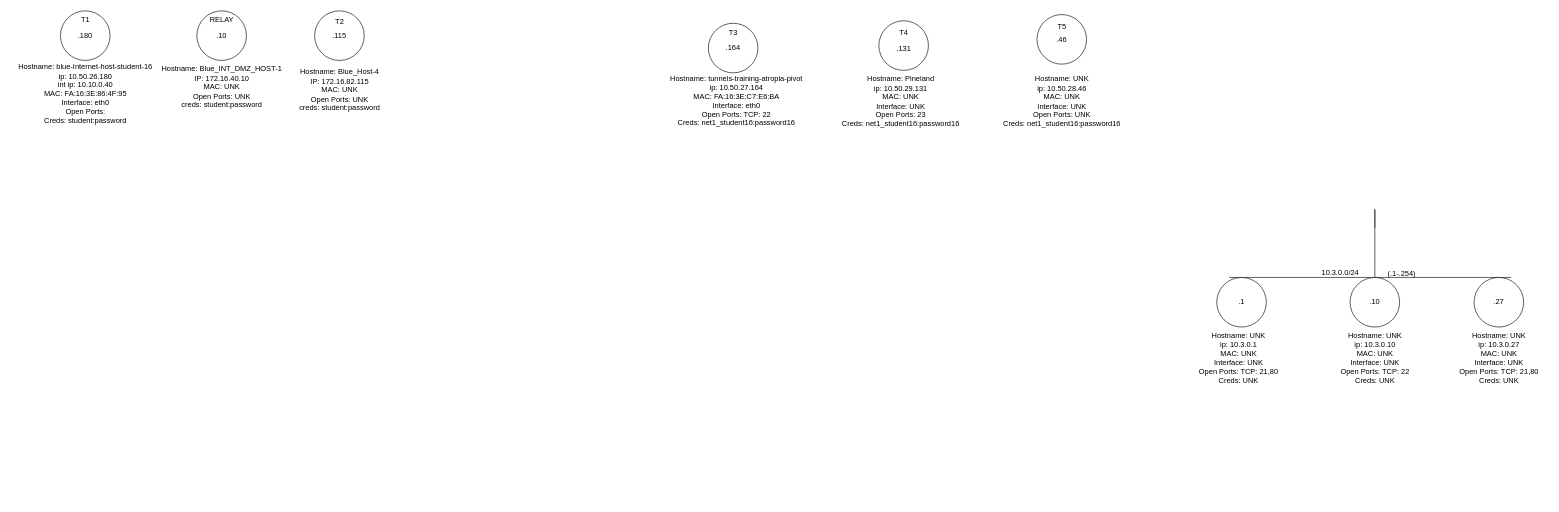
Before: CTFdChallenge.drawio in Flyingtomat0/Net-Maps, a draw.io diagram. Source tidied: cells renumbered, new cells numbered last; positions are measured from the earlier drawing's top-left corner, leaving out a move shared by most shapes. Both pictures are drawn from the tidied source at 62%, with x=0, y=0 at pixel (11, 11).
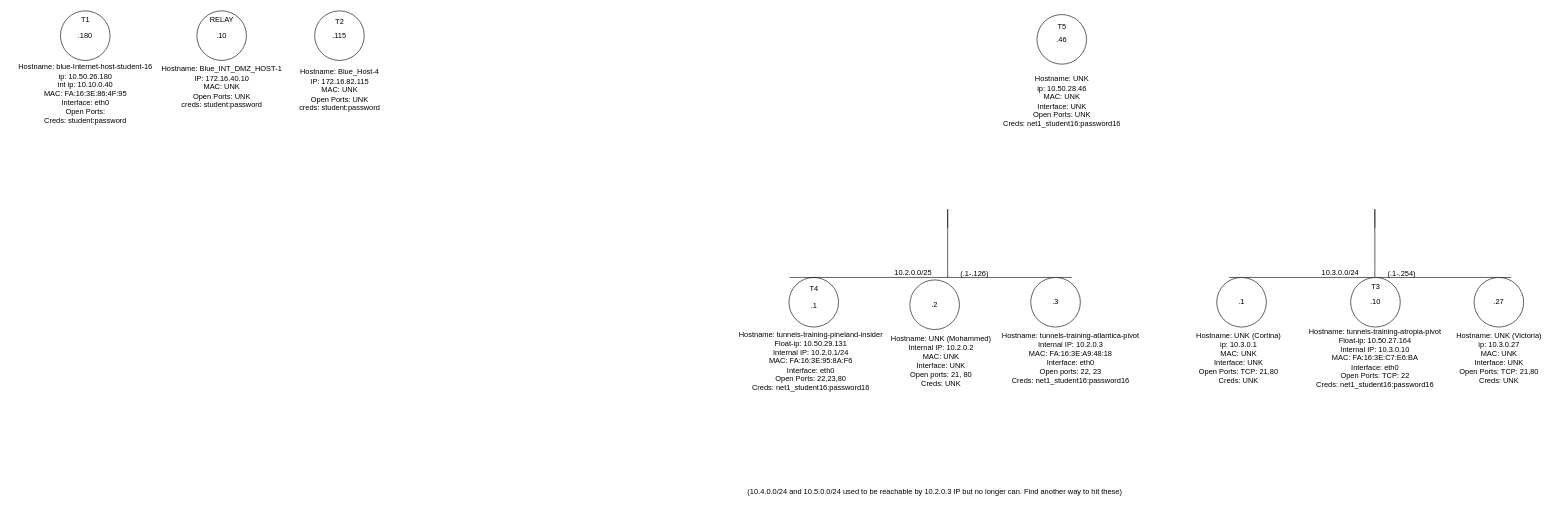
The same diagram, later.

Diff of the diagram source:
```diff
@@
-    <mxCell id="2" value=".164" style="ellipse;whiteSpace=wrap;html=1;" parent="1" vertex="1">
-      <mxGeometry x="1125" y="20" width="80" height="80" as="geometry" />
-    </mxCell>
     <mxCell id="3" style="ellipse;whiteSpace=wrap;html=1;" parent="1" vertex="1">
-      <mxGeometry x="1400" y="16" width="80" height="80" as="geometry" />
+      <mxGeometry x="1255" y="430" width="80" height="80" as="geometry" />
     </mxCell>
@@
-    <mxCell id="6" value="&lt;div&gt;Hostname: tunnels-training-atropia-pivot&lt;/div&gt;&lt;div&gt;ip: 10.50.27.164&lt;/div&gt;&lt;div&gt;MAC: FA:16:3E:C7:E6:BA&lt;br&gt;&lt;/div&gt;&lt;div&gt;Interface: eth0&lt;br&gt;&lt;/div&gt;&lt;div&gt;Open Ports: TCP: 22&lt;br&gt;&lt;/div&gt;&lt;div&gt;Creds: net1_student16:password16&lt;br&gt;&lt;/div&gt;" style="text;html=1;align=center;verticalAlign=middle;strokeColor=none;fillColor=none;" parent="1" vertex="1">
-      <mxGeometry x="1050" y="95" width="240" height="100" as="geometry" />
-    </mxCell>
-    <mxCell id="7" value="&lt;div&gt;Hostname: Pineland&lt;/div&gt;&lt;div&gt;ip: 10.50.29.131&lt;/div&gt;&lt;div&gt;MAC: UNK&lt;br&gt;&lt;/div&gt;&lt;div&gt;Interface: UNK&lt;br&gt;&lt;/div&gt;&lt;div&gt;Open Ports: 23&lt;br&gt;&lt;/div&gt;&lt;div&gt;Creds: net1_student16:password16&lt;/div&gt;" style="text;html=1;align=center;verticalAlign=middle;strokeColor=none;fillColor=none;" parent="1" vertex="1">
-      <mxGeometry x="1330" y="96" width="210" height="100" as="geometry" />
+    <mxCell id="7" value="&lt;div&gt;Hostname: tunnels-training-pineland-insider&lt;/div&gt;&lt;div&gt;Float-ip: 10.50.29.131&lt;/div&gt;&lt;div&gt;Internal IP: 10.2.0.1/24&lt;br&gt;&lt;/div&gt;&lt;div&gt;MAC: FA:16:3E:95:8A:F6&lt;br&gt;&lt;/div&gt;&lt;div&gt;Interface: eth0&lt;br&gt;&lt;/div&gt;&lt;div&gt;Open Ports: 22,23,80&lt;br&gt;&lt;/div&gt;&lt;div&gt;Creds: net1_student16:password16&lt;/div&gt;" style="text;html=1;align=center;verticalAlign=middle;strokeColor=none;fillColor=none;" parent="1" vertex="1">
+      <mxGeometry x="1165" y="510" width="250" height="110" as="geometry" />
     </mxCell>
@@
-    <mxCell id="10" value="T3" style="text;html=1;align=center;verticalAlign=middle;strokeColor=none;fillColor=none;" parent="1" vertex="1">
-      <mxGeometry x="1145" y="20" width="40" height="30" as="geometry" />
-    </mxCell>
-    <mxCell id="11" value=".131" style="text;html=1;align=center;verticalAlign=middle;strokeColor=none;fillColor=none;" parent="1" vertex="1">
-      <mxGeometry x="1415" y="46" width="50" height="30" as="geometry" />
+    <mxCell id="11" value=".1" style="text;html=1;align=center;verticalAlign=middle;strokeColor=none;fillColor=none;" parent="1" vertex="1">
+      <mxGeometry x="1280" y="460" width="30" height="30" as="geometry" />
     </mxCell>
-    <mxCell id="12" value="T4" style="text;html=1;align=center;verticalAlign=middle;strokeColor=none;fillColor=none;" parent="1" vertex="1">
-      <mxGeometry x="1420" y="20" width="40" height="30" as="geometry" />
-    </mxCell>
@@
     <mxCell id="24" value=".10" style="ellipse;whiteSpace=wrap;html=1;" parent="1" vertex="1">
-      <mxGeometry x="2160" y="430" width="80" height="80" as="geometry" />
+      <mxGeometry x="2161" y="430" width="80" height="80" as="geometry" />
     </mxCell>
@@
-    <mxCell id="28" value="&lt;div&gt;Hostname: UNK&lt;br&gt;&lt;/div&gt;&lt;div&gt;ip: 10.3.0.1&lt;br&gt;&lt;/div&gt;&lt;div&gt;MAC: UNK&lt;br&gt;&lt;/div&gt;&lt;div&gt;Interface: UNK&lt;br&gt;&lt;/div&gt;&lt;div&gt;Open Ports: TCP: 21,80&lt;br&gt;&lt;/div&gt;&lt;div&gt;Creds: UNK&lt;br&gt;&lt;/div&gt;" style="text;html=1;align=center;verticalAlign=middle;strokeColor=none;fillColor=none;" parent="1" vertex="1">
-      <mxGeometry x="1905" y="510" width="150" height="100" as="geometry" />
+    <mxCell id="28" value="&lt;div&gt;Hostname: UNK (Cortina)&lt;br&gt;&lt;/div&gt;&lt;div&gt;ip: 10.3.0.1&lt;br&gt;&lt;/div&gt;&lt;div&gt;MAC: UNK&lt;br&gt;&lt;/div&gt;&lt;div&gt;Interface: UNK&lt;br&gt;&lt;/div&gt;&lt;div&gt;Open Ports: TCP: 21,80&lt;br&gt;&lt;/div&gt;&lt;div&gt;Creds: UNK&lt;br&gt;&lt;/div&gt;" style="text;html=1;align=center;verticalAlign=middle;strokeColor=none;fillColor=none;" parent="1" vertex="1">
+      <mxGeometry x="1900" y="510" width="160" height="100" as="geometry" />
     </mxCell>
-    <mxCell id="29" value="&lt;div&gt;Hostname: UNK&lt;br&gt;&lt;/div&gt;&lt;div&gt;ip: 10.3.0.10&lt;br&gt;&lt;/div&gt;&lt;div&gt;MAC: UNK&lt;br&gt;&lt;/div&gt;&lt;div&gt;Interface: UNK&lt;br&gt;&lt;/div&gt;&lt;div&gt;Open Ports: TCP: 22&lt;br&gt;&lt;/div&gt;&lt;div&gt;Creds: UNK&lt;br&gt;&lt;/div&gt;" style="text;html=1;align=center;verticalAlign=middle;strokeColor=none;fillColor=none;" parent="1" vertex="1">
-      <mxGeometry x="2135" y="510" width="130" height="100" as="geometry" />
+    <mxCell id="29" value="&lt;div&gt;Hostname: tunnels-training-atropia-pivot&lt;/div&gt;&lt;div&gt;Float-ip: 10.50.27.164&lt;/div&gt;&lt;div&gt;Internal IP: 10.3.0.10&lt;br&gt;&lt;/div&gt;&lt;div&gt;MAC: FA:16:3E:C7:E6:BA&lt;br&gt;&lt;/div&gt;&lt;div&gt;Interface: eth0&lt;br&gt;&lt;/div&gt;&lt;div&gt;Open Ports: TCP: 22&lt;br&gt;&lt;/div&gt;&lt;div&gt;Creds: net1_student16:password16&lt;br&gt;&lt;/div&gt;" style="text;html=1;align=center;verticalAlign=middle;strokeColor=none;fillColor=none;" parent="1" vertex="1">
+      <mxGeometry x="2080" y="505" width="240" height="110" as="geometry" />
     </mxCell>
-    <mxCell id="30" value="&lt;div&gt;Hostname: UNK&lt;br&gt;&lt;/div&gt;&lt;div&gt;ip: 10.3.0.27&lt;br&gt;&lt;/div&gt;&lt;div&gt;MAC: UNK&lt;br&gt;&lt;/div&gt;&lt;div&gt;Interface: UNK&lt;br&gt;&lt;/div&gt;&lt;div&gt;Open Ports: TCP: 21,80&lt;br&gt;&lt;/div&gt;&lt;div&gt;Creds: UNK&lt;br&gt;&lt;/div&gt;" style="text;html=1;align=center;verticalAlign=middle;strokeColor=none;fillColor=none;" parent="1" vertex="1">
-      <mxGeometry x="2325" y="510" width="150" height="100" as="geometry" />
+    <mxCell id="30" value="&lt;div&gt;Hostname: UNK (Victoria)&lt;br&gt;&lt;/div&gt;&lt;div&gt;ip: 10.3.0.27&lt;br&gt;&lt;/div&gt;&lt;div&gt;MAC: UNK&lt;br&gt;&lt;/div&gt;&lt;div&gt;Interface: UNK&lt;br&gt;&lt;/div&gt;&lt;div&gt;Open Ports: TCP: 21,80&lt;br&gt;&lt;/div&gt;&lt;div&gt;Creds: UNK&lt;br&gt;&lt;/div&gt;" style="text;html=1;align=center;verticalAlign=middle;strokeColor=none;fillColor=none;" parent="1" vertex="1">
+      <mxGeometry x="2320" y="510" width="160" height="100" as="geometry" />
     </mxCell>
+    <mxCell id="12" value="T4" style="text;html=1;align=center;verticalAlign=middle;strokeColor=none;fillColor=none;" parent="1" vertex="1">
+      <mxGeometry x="1275" y="434" width="40" height="30" as="geometry" />
+    </mxCell>
+    <mxCell id="10" value="T3" style="text;html=1;align=center;verticalAlign=middle;strokeColor=none;fillColor=none;" parent="1" vertex="1">
+      <mxGeometry x="2181" y="430" width="40" height="30" as="geometry" />
+    </mxCell>
+    <mxCell id="31" style="endArrow=none;html=1;rounded=0;" parent="1" edge="1">
+      <mxGeometry relative="1" as="geometry">
+        <mxPoint x="1256" y="430" as="sourcePoint" />
+        <mxPoint x="1711" y="430" as="targetPoint" />
+      </mxGeometry>
+    </mxCell>
+    <mxCell id="32" style="endArrow=none;html=1;rounded=0;" parent="1" edge="1">
+      <mxGeometry relative="1" as="geometry">
+        <mxPoint x="1511" y="430" as="sourcePoint" />
+        <mxPoint x="1511" y="350" as="targetPoint" />
+        <Array as="points">
+          <mxPoint x="1511" y="420" />
+          <mxPoint x="1511" y="320" />
+        </Array>
+      </mxGeometry>
+    </mxCell>
+    <mxCell id="33" value="10.2.0.0/25" style="text;html=1;align=center;verticalAlign=middle;strokeColor=none;fillColor=none;" parent="1" vertex="1">
+      <mxGeometry x="1415" y="408" width="80" height="30" as="geometry" />
+    </mxCell>
+    <mxCell id="34" value="(.1-.126)" style="text;html=1;align=center;verticalAlign=middle;strokeColor=none;fillColor=none;" parent="1" vertex="1">
+      <mxGeometry x="1519" y="409" width="70" height="30" as="geometry" />
+    </mxCell>
+    <mxCell id="35" value=".2" style="ellipse;whiteSpace=wrap;html=1;" parent="1" vertex="1">
+      <mxGeometry x="1450" y="434" width="80" height="80" as="geometry" />
+    </mxCell>
+    <mxCell id="36" value="&lt;div&gt;Hostname: UNK (Mohammed)&lt;br&gt;&lt;/div&gt;&lt;div&gt;Internal IP: 10.2.0.2&lt;/div&gt;&lt;div&gt;MAC: UNK&lt;br&gt;&lt;/div&gt;&lt;div&gt;Interface: UNK&lt;br&gt;&lt;/div&gt;&lt;div&gt;Open ports: 21, 80&lt;br&gt;&lt;/div&gt;&lt;div&gt;Creds: UNK&lt;br&gt;&lt;/div&gt;" style="text;html=1;align=center;verticalAlign=middle;strokeColor=none;fillColor=none;" parent="1" vertex="1">
+      <mxGeometry x="1410" y="515" width="180" height="100" as="geometry" />
+    </mxCell>
+    <mxCell id="37" value=".3" style="ellipse;whiteSpace=wrap;html=1;" parent="1" vertex="1">
+      <mxGeometry x="1645" y="430" width="80" height="80" as="geometry" />
+    </mxCell>
+    <mxCell id="38" value="&lt;div&gt;Hostname: tunnels-training-atlantica-pivot&lt;br&gt;&lt;/div&gt;&lt;div&gt;Internal IP: 10.2.0.3&lt;/div&gt;&lt;div&gt;MAC: FA:16:3E:A9:48:18&lt;br&gt;&lt;/div&gt;&lt;div&gt;Interface: eth0&lt;br&gt;&lt;/div&gt;&lt;div&gt;Open ports: 22, 23&lt;br&gt;&lt;/div&gt;&lt;div&gt;Creds: net1_student16:password16&lt;br&gt;&lt;/div&gt;" style="text;html=1;align=center;verticalAlign=middle;strokeColor=none;fillColor=none;" parent="1" vertex="1">
+      <mxGeometry x="1589" y="510" width="240" height="100" as="geometry" />
+    </mxCell>
+    <mxCell id="39" value="(10.4.0.0/24 and 10.5.0.0/24 used to be reachable by 10.2.0.3 IP but no longer can. Find another way to hit these)" style="text;html=1;align=center;verticalAlign=middle;strokeColor=none;fillColor=none;" parent="1" vertex="1">
+      <mxGeometry x="1175" y="760" width="630" height="30" as="geometry" />
+    </mxCell>
```
